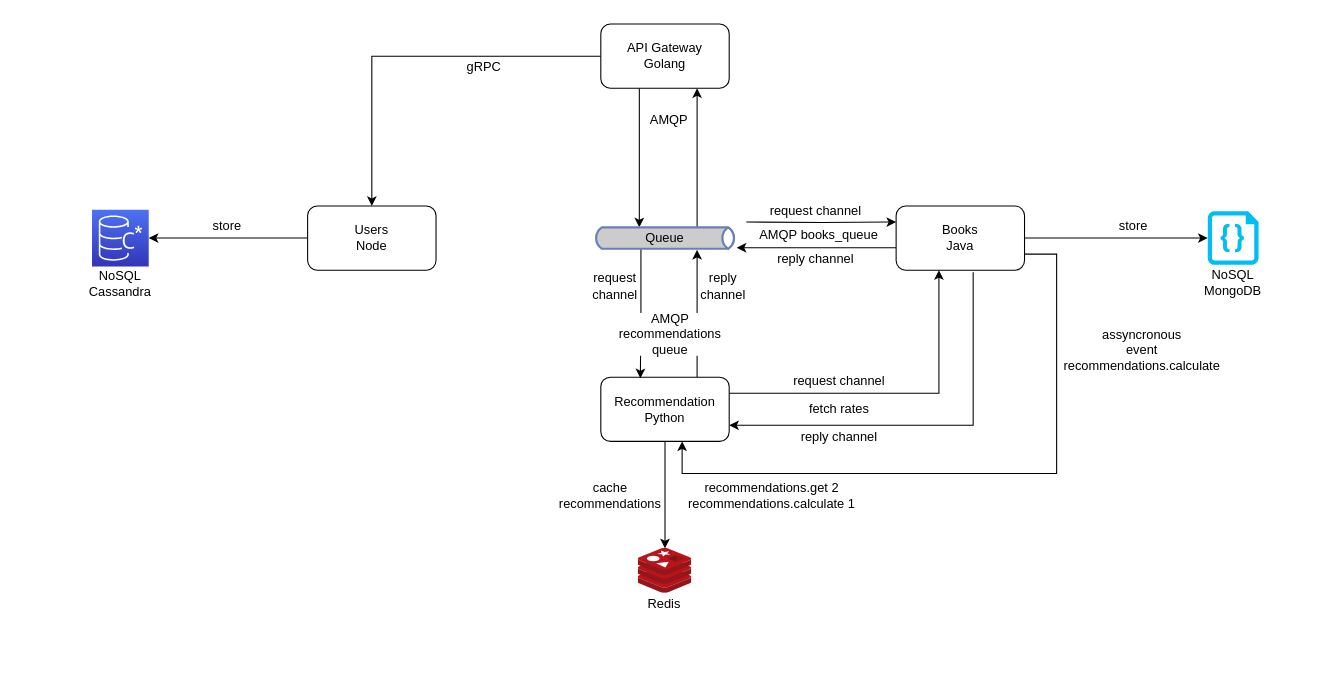
juliocesarscheidt/book-recommendations-v2 keeps this draw.io diagram as architecture/book-recommendations.drawio. Above is the earlier version. Source tidied: cells renumbered, new cells numbered last; positions are measured from the earlier drawing's top-left corner, leaving out a move shared by most shapes. Both pictures are drawn from the tidied source at 107%, with x=0, y=0 at pixel (72, 24).
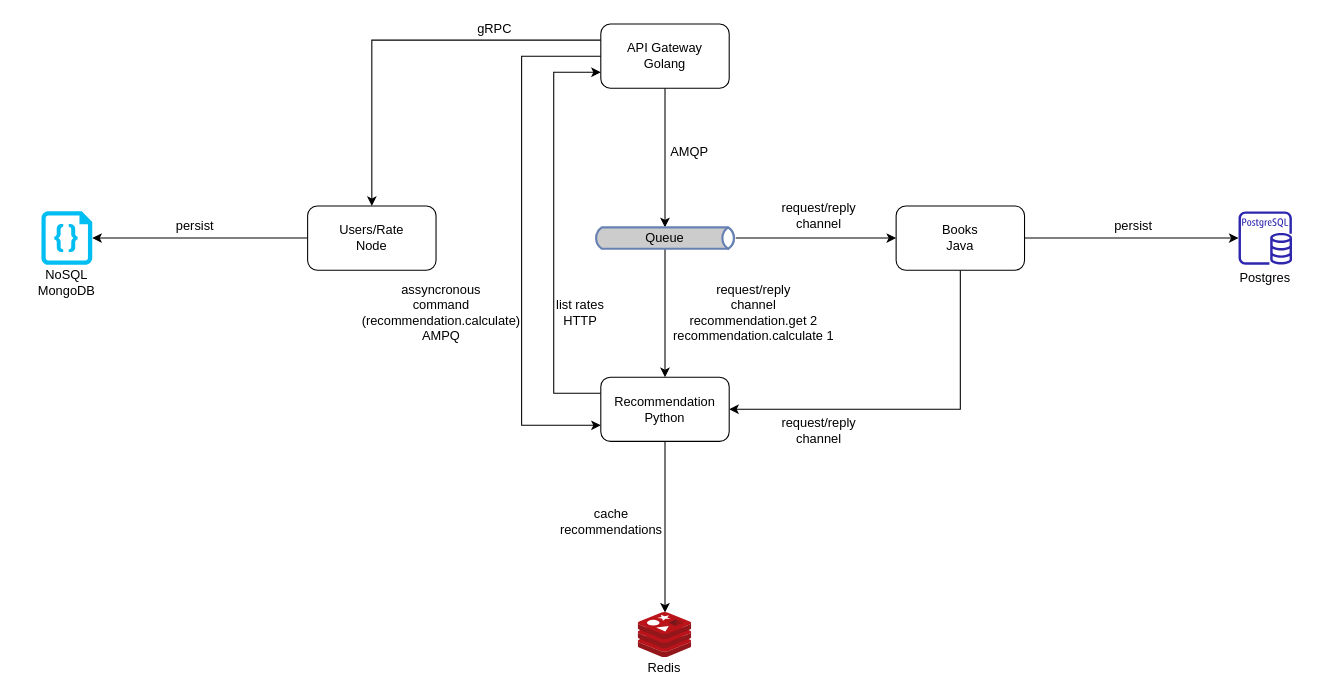
The same diagram, later.

Unchanged cells that the change refers to:
```xml
<mxCell id="4" value="API Gateway&lt;br&gt;Golang" style="rounded=1;whiteSpace=wrap;html=1;" parent="1" vertex="1">
  <mxGeometry x="494" width="120" height="60" as="geometry" />
</mxCell>
<mxCell id="10" value="Books&lt;br&gt;Java" style="rounded=1;whiteSpace=wrap;html=1;" parent="1" vertex="1">
  <mxGeometry x="770" y="170" width="120" height="60" as="geometry" />
</mxCell>
<mxCell id="14" value="Recommendation&lt;br&gt;Python" style="rounded=1;whiteSpace=wrap;html=1;" parent="1" vertex="1">
  <mxGeometry x="494" y="330" width="120" height="60" as="geometry" />
</mxCell>
<mxCell id="18" style="html=1;outlineConnect=0;fillColor=#CCCCCC;strokeColor=#6881B3;gradientColor=none;gradientDirection=north;strokeWidth=2;shape=mxgraph.networks.bus;gradientColor=none;gradientDirection=north;fontColor=#ffffff;perimeter=backbonePerimeter;backboneSize=20;" parent="1" vertex="1">
  <mxGeometry x="487" y="165" width="134" height="70" as="geometry" />
</mxCell>
<mxCell id="19" value="Queue" style="text;html=1;strokeColor=none;fillColor=none;align=center;verticalAlign=middle;whiteSpace=wrap;rounded=0;" parent="1" vertex="1">
  <mxGeometry x="509" y="190" width="90" height="20" as="geometry" />
</mxCell>
```

Change to the diagram source:
```diff
@@
-    <mxCell id="2" style="edgeStyle=orthogonalEdgeStyle;rounded=0;jettySize=auto;html=1;" parent="1" edge="1" source="4" target="18">
-      <mxGeometry relative="1" as="geometry">
-        <Array as="points">
-          <mxPoint x="530" y="140" />
-          <mxPoint x="530" y="140" />
-        </Array>
-      </mxGeometry>
-    </mxCell>
-    <mxCell id="3" style="edgeStyle=orthogonalEdgeStyle;rounded=0;jettySize=auto;html=1;entryX=0.5;entryY=0;entryDx=0;entryDy=0;" parent="1" edge="1" source="4" target="6">
+    <mxCell id="3" style="edgeStyle=orthogonalEdgeStyle;rounded=0;jettySize=auto;html=1;entryX=0.5;entryY=0;entryDx=0;entryDy=0;exitX=0;exitY=0.25;exitDx=0;exitDy=0;" parent="1" edge="1" source="4" target="6">
       <mxGeometry relative="1" as="geometry">
         <Array as="points">
-          <mxPoint x="280" y="30" />
+          <mxPoint x="280" y="15" />
         </Array>
       </mxGeometry>
     </mxCell>
+    <mxCell id="43" style="edgeStyle=orthogonalEdgeStyle;rounded=0;jettySize=auto;html=1;entryX=0.5;entryY=0;entryDx=0;entryDy=0;" parent="1" edge="1" source="4" target="19">
+      <mxGeometry relative="1" as="geometry" />
+    </mxCell>
@@
-    <mxCell id="5" style="edgeStyle=orthogonalEdgeStyle;rounded=0;jettySize=auto;html=1;entryX=1;entryY=0.5;entryDx=0;entryDy=0;entryPerimeter=0;" parent="1" edge="1" source="6" target="22">
+    <mxCell id="5" style="edgeStyle=orthogonalEdgeStyle;rounded=0;jettySize=auto;html=1;entryX=1;entryY=0.5;entryDx=0;entryDy=0;entryPerimeter=0;" parent="1" edge="1" source="6" target="30">
       <mxGeometry relative="1" as="geometry" />
     </mxCell>
+    <mxCell id="44" style="edgeStyle=orthogonalEdgeStyle;rounded=0;jettySize=auto;html=1;entryX=0;entryY=0.75;entryDx=0;entryDy=0;exitX=0;exitY=0.5;exitDx=0;exitDy=0;" parent="1" edge="1" source="4" target="14">
+      <mxGeometry relative="1" as="geometry">
+        <Array as="points">
+          <mxPoint x="420" y="30" />
+          <mxPoint x="420" y="375" />
+        </Array>
+      </mxGeometry>
+    </mxCell>
-    <mxCell id="6" value="Users&lt;br&gt;Node" style="rounded=1;whiteSpace=wrap;html=1;" parent="1" vertex="1">
+    <mxCell id="6" value="Users/Rate&lt;br&gt;Node" style="rounded=1;whiteSpace=wrap;html=1;" parent="1" vertex="1">
       <mxGeometry x="220" y="170" width="120" height="60" as="geometry" />
     </mxCell>
-    <mxCell id="7" style="edgeStyle=orthogonalEdgeStyle;rounded=0;jettySize=auto;html=1;" parent="1" edge="1" source="10" target="18">
-      <mxGeometry relative="1" as="geometry" />
-    </mxCell>
-    <mxCell id="8" style="edgeStyle=orthogonalEdgeStyle;rounded=0;jettySize=auto;html=1;entryX=0;entryY=0.5;entryDx=0;entryDy=0;entryPerimeter=0;" parent="1" edge="1" source="10" target="30">
-      <mxGeometry relative="1" as="geometry" />
-    </mxCell>
+    <mxCell id="45" style="edgeStyle=orthogonalEdgeStyle;rounded=0;jettySize=auto;html=1;" parent="1" edge="1" source="10" target="49">
+      <mxGeometry relative="1" as="geometry" />
+    </mxCell>
-    <mxCell id="9" style="edgeStyle=orthogonalEdgeStyle;rounded=0;jettySize=auto;html=1;exitX=0.6;exitY=1.033;exitDx=0;exitDy=0;exitPerimeter=0;entryX=1;entryY=0.75;entryDx=0;entryDy=0;" parent="1" edge="1" source="10" target="14">
+    <mxCell id="9" style="edgeStyle=orthogonalEdgeStyle;rounded=0;jettySize=auto;html=1;entryX=1;entryY=0.5;entryDx=0;entryDy=0;" parent="1" edge="1" source="10" target="14">
       <mxGeometry relative="1" as="geometry">
         <Array as="points">
-          <mxPoint x="842" y="375" />
+          <mxPoint x="830" y="360" />
         </Array>
       </mxGeometry>
     </mxCell>
@@
-    <mxCell id="11" style="edgeStyle=orthogonalEdgeStyle;rounded=0;jettySize=auto;html=1;exitX=0.75;exitY=0;exitDx=0;exitDy=0;entryX=0.833;entryY=1.05;entryDx=0;entryDy=0;entryPerimeter=0;" parent="1" edge="1" source="14" target="19">
-      <mxGeometry relative="1" as="geometry" />
-    </mxCell>
-    <mxCell id="12" style="edgeStyle=orthogonalEdgeStyle;rounded=0;jettySize=auto;html=1;exitX=1;exitY=0.25;exitDx=0;exitDy=0;" parent="1" edge="1" source="14">
-      <mxGeometry relative="1" as="geometry">
-        <mxPoint x="810" y="230" as="targetPoint" />
-        <Array as="points">
-          <mxPoint x="810" y="345" />
-          <mxPoint x="810" y="230" />
-        </Array>
-      </mxGeometry>
-    </mxCell>
@@
+    <mxCell id="46" style="edgeStyle=orthogonalEdgeStyle;rounded=0;jettySize=auto;html=1;exitX=0;exitY=0.25;exitDx=0;exitDy=0;entryX=0;entryY=0.75;entryDx=0;entryDy=0;" parent="1" edge="1" source="14" target="4">
+      <mxGeometry relative="1" as="geometry">
+        <Array as="points">
+          <mxPoint x="450" y="345" />
+          <mxPoint x="450" y="45" />
+        </Array>
+      </mxGeometry>
+    </mxCell>
@@
-    <mxCell id="15" style="edgeStyle=orthogonalEdgeStyle;rounded=0;jettySize=auto;html=1;entryX=0.75;entryY=1;entryDx=0;entryDy=0;" parent="1" edge="1" source="18" target="4">
-      <mxGeometry relative="1" as="geometry">
-        <Array as="points">
-          <mxPoint x="584" y="150" />
-          <mxPoint x="584" y="150" />
-        </Array>
-      </mxGeometry>
-    </mxCell>
-    <mxCell id="16" style="edgeStyle=orthogonalEdgeStyle;rounded=0;jettySize=auto;html=1;entryX=0;entryY=0.25;entryDx=0;entryDy=0;" parent="1" edge="1" target="10">
-      <mxGeometry relative="1" as="geometry">
-        <mxPoint x="630" y="185" as="sourcePoint" />
-      </mxGeometry>
-    </mxCell>
-    <mxCell id="17" style="edgeStyle=orthogonalEdgeStyle;rounded=0;jettySize=auto;html=1;entryX=0.308;entryY=0.017;entryDx=0;entryDy=0;exitX=0.25;exitY=1;exitDx=0;exitDy=0;entryPerimeter=0;" parent="1" edge="1" source="19" target="14">
-      <mxGeometry relative="1" as="geometry" />
-    </mxCell>
+    <mxCell id="47" style="edgeStyle=orthogonalEdgeStyle;rounded=0;jettySize=auto;html=1;entryX=0.5;entryY=0;entryDx=0;entryDy=0;" parent="1" edge="1" source="18" target="14">
+      <mxGeometry relative="1" as="geometry" />
+    </mxCell>
+    <mxCell id="48" style="edgeStyle=orthogonalEdgeStyle;rounded=0;jettySize=auto;html=1;exitX=0.993;exitY=0.5;exitDx=0;exitDy=0;exitPerimeter=0;" parent="1" edge="1" source="18" target="10">
+      <mxGeometry relative="1" as="geometry" />
+    </mxCell>
@@
-    <mxCell id="20" value="request channel" style="text;html=1;strokeColor=none;fillColor=none;align=center;verticalAlign=middle;whiteSpace=wrap;rounded=0;" parent="1" vertex="1">
-      <mxGeometry x="650" y="165" width="90" height="20" as="geometry" />
-    </mxCell>
-    <mxCell id="21" value="fetch rates" style="text;html=1;strokeColor=none;fillColor=none;align=center;verticalAlign=middle;whiteSpace=wrap;rounded=0;" parent="1" vertex="1">
-      <mxGeometry x="672" y="350" width="90" height="20" as="geometry" />
-    </mxCell>
-    <mxCell id="22" style="sketch=0;points=[[0,0,0],[0.25,0,0],[0.5,0,0],[0.75,0,0],[1,0,0],[0,1,0],[0.25,1,0],[0.5,1,0],[0.75,1,0],[1,1,0],[0,0.25,0],[0,0.5,0],[0,0.75,0],[1,0.25,0],[1,0.5,0],[1,0.75,0]];outlineConnect=0;fontColor=#232F3E;gradientColor=#4D72F3;gradientDirection=north;fillColor=#3334B9;strokeColor=#ffffff;dashed=0;verticalLabelPosition=bottom;verticalAlign=top;align=center;html=1;fontSize=12;fontStyle=0;shape=mxgraph.aws4.resourceIcon;resIcon=mxgraph.aws4.managed_apache_cassandra_service;" parent="1" vertex="1">
-      <mxGeometry x="18.5" y="173.5" width="53" height="53" as="geometry" />
-    </mxCell>
-    <mxCell id="23" value="NoSQL Cassandra" style="text;html=1;strokeColor=none;fillColor=none;align=center;verticalAlign=middle;whiteSpace=wrap;rounded=0;" parent="1" vertex="1">
-      <mxGeometry y="226.5" width="90" height="33.5" as="geometry" />
-    </mxCell>
-    <mxCell id="24" value="store" style="text;html=1;strokeColor=none;fillColor=none;align=center;verticalAlign=middle;whiteSpace=wrap;rounded=0;" parent="1" vertex="1">
-      <mxGeometry x="120" y="179" width="50" height="20" as="geometry" />
+    <mxCell id="24" value="persist" style="text;html=1;strokeColor=none;fillColor=none;align=center;verticalAlign=middle;whiteSpace=wrap;rounded=0;" parent="1" vertex="1">
+      <mxGeometry x="90" y="179" width="50" height="20" as="geometry" />
     </mxCell>
-    <mxCell id="25" value="AMQP&lt;br&gt;recommendations&lt;br&gt;queue" style="text;html=1;strokeColor=none;fillColor=default;align=center;verticalAlign=middle;whiteSpace=wrap;rounded=0;" parent="1" vertex="1">
-      <mxGeometry x="509" y="270" width="99.5" height="40" as="geometry" />
-    </mxCell>
     <mxCell id="26" value="AMQP" style="text;html=1;strokeColor=none;fillColor=none;align=center;verticalAlign=middle;whiteSpace=wrap;rounded=0;" parent="1" vertex="1">
-      <mxGeometry x="535" y="80" width="46" height="20" as="geometry" />
+      <mxGeometry x="554" y="110" width="46" height="20" as="geometry" />
     </mxCell>
     <mxCell id="27" style="sketch=0;html=1;points=[];align=center;image;fontSize=12;image=img/lib/mscae/Cache_Redis_Product.svg;fillColor=default;" parent="1" vertex="1">
-      <mxGeometry x="529" y="490" width="50" height="42" as="geometry" />
+      <mxGeometry x="529" y="550" width="50" height="42" as="geometry" />
     </mxCell>
     <mxCell id="28" value="cache recommendations" style="text;html=1;strokeColor=none;fillColor=none;align=center;verticalAlign=middle;whiteSpace=wrap;rounded=0;" parent="1" vertex="1">
-      <mxGeometry x="453" y="425.6" width="100" height="30" as="geometry" />
+      <mxGeometry x="454" y="450" width="100" height="30" as="geometry" />
     </mxCell>
     <mxCell id="29" value="Redis" style="text;html=1;strokeColor=none;fillColor=default;align=center;verticalAlign=middle;whiteSpace=wrap;rounded=0;" parent="1" vertex="1">
-      <mxGeometry x="523" y="532" width="61" height="20" as="geometry" />
+      <mxGeometry x="523" y="592" width="61" height="20" as="geometry" />
     </mxCell>
     <mxCell id="30" style="verticalLabelPosition=bottom;html=1;verticalAlign=top;align=center;strokeColor=none;fillColor=#00BEF2;shape=mxgraph.azure.code_file;" parent="1" vertex="1">
-      <mxGeometry x="1061.2" y="175" width="47.5" height="50" as="geometry" />
+      <mxGeometry x="-28.8" y="175" width="47.5" height="50" as="geometry" />
     </mxCell>
     <mxCell id="31" value="NoSQL MongoDB" style="text;html=1;strokeColor=none;fillColor=none;align=center;verticalAlign=middle;whiteSpace=wrap;rounded=0;" parent="1" vertex="1">
-      <mxGeometry x="1040" y="225" width="90" height="33.5" as="geometry" />
+      <mxGeometry x="-50" y="225" width="90" height="33.5" as="geometry" />
     </mxCell>
-    <mxCell id="32" value="store" style="text;html=1;strokeColor=none;fillColor=none;align=center;verticalAlign=middle;whiteSpace=wrap;rounded=0;" parent="1" vertex="1">
+    <mxCell id="32" value="persist" style="text;html=1;strokeColor=none;fillColor=none;align=center;verticalAlign=middle;whiteSpace=wrap;rounded=0;" parent="1" vertex="1">
       <mxGeometry x="967" y="179" width="50" height="20" as="geometry" />
     </mxCell>
-    <mxCell id="33" style="edgeStyle=orthogonalEdgeStyle;rounded=0;jettySize=auto;html=1;exitX=1;exitY=0.75;exitDx=0;exitDy=0;" parent="1" edge="1" source="10">
-      <mxGeometry relative="1" as="geometry">
-        <mxPoint x="570" y="390" as="targetPoint" />
-        <Array as="points">
-          <mxPoint x="920" y="215" />
-          <mxPoint x="920" y="420" />
-          <mxPoint x="570" y="420" />
-        </Array>
-      </mxGeometry>
-    </mxCell>
-    <mxCell id="34" value="AMQP&amp;nbsp;books_queue" style="text;html=1;strokeColor=none;fillColor=none;align=center;verticalAlign=middle;whiteSpace=wrap;rounded=0;" parent="1" vertex="1">
-      <mxGeometry x="634" y="187" width="128" height="20" as="geometry" />
-    </mxCell>
-    <mxCell id="35" value="reply channel" style="text;html=1;strokeColor=none;fillColor=none;align=center;verticalAlign=middle;whiteSpace=wrap;rounded=0;" parent="1" vertex="1">
-      <mxGeometry x="650" y="210" width="90" height="20" as="geometry" />
-    </mxCell>
-    <mxCell id="36" value="request channel" style="text;html=1;strokeColor=none;fillColor=none;align=center;verticalAlign=middle;whiteSpace=wrap;rounded=0;" parent="1" vertex="1">
-      <mxGeometry x="483" y="230" width="49" height="30" as="geometry" />
-    </mxCell>
-    <mxCell id="37" value="reply&lt;br&gt;channel" style="text;html=1;strokeColor=none;fillColor=none;align=center;verticalAlign=middle;whiteSpace=wrap;rounded=0;" parent="1" vertex="1">
-      <mxGeometry x="584" y="230" width="49" height="30" as="geometry" />
+    <mxCell id="37" value="request/reply&lt;br&gt;channel&lt;br&gt;recommendation.get 2&lt;br&gt;recommendation.calculate 1" style="text;html=1;strokeColor=none;fillColor=none;align=center;verticalAlign=middle;whiteSpace=wrap;rounded=0;" parent="1" vertex="1">
+      <mxGeometry x="554" y="240" width="166" height="60" as="geometry" />
     </mxCell>
-    <mxCell id="38" value="recommendations.get 2&lt;br&gt;recommendations.calculate 1" style="text;html=1;strokeColor=none;fillColor=none;align=center;verticalAlign=middle;whiteSpace=wrap;rounded=0;" parent="1" vertex="1">
-      <mxGeometry x="568" y="421.2" width="172" height="38.8" as="geometry" />
-    </mxCell>
     <mxCell id="39" value="gRPC" style="text;html=1;strokeColor=none;fillColor=none;align=center;verticalAlign=middle;whiteSpace=wrap;rounded=0;" parent="1" vertex="1">
-      <mxGeometry x="340" y="30" width="90" height="20" as="geometry" />
+      <mxGeometry x="350" y="-5" width="90" height="20" as="geometry" />
     </mxCell>
-    <mxCell id="40" value="request channel" style="text;html=1;strokeColor=none;fillColor=none;align=center;verticalAlign=middle;whiteSpace=wrap;rounded=0;" parent="1" vertex="1">
-      <mxGeometry x="672" y="324" width="90" height="20" as="geometry" />
-    </mxCell>
-    <mxCell id="41" value="reply channel" style="text;html=1;strokeColor=none;fillColor=none;align=center;verticalAlign=middle;whiteSpace=wrap;rounded=0;" parent="1" vertex="1">
-      <mxGeometry x="672" y="376" width="90" height="20" as="geometry" />
-    </mxCell>
-    <mxCell id="42" value="&lt;div&gt;assyncronous&lt;/div&gt;&lt;div&gt;event&lt;/div&gt;&lt;div&gt;recommendations.calculate&lt;/div&gt;" style="text;html=1;strokeColor=none;fillColor=none;align=center;verticalAlign=middle;whiteSpace=wrap;rounded=0;" parent="1" vertex="1">
-      <mxGeometry x="920" y="280" width="160" height="50" as="geometry" />
+    <mxCell id="42" value="&lt;div&gt;assyncronous&lt;/div&gt;&lt;div&gt;command&lt;/div&gt;&lt;div&gt;(recommendation.calculate)&lt;br&gt;AMPQ&lt;/div&gt;" style="text;html=1;strokeColor=none;fillColor=none;align=center;verticalAlign=middle;whiteSpace=wrap;rounded=0;" parent="1" vertex="1">
+      <mxGeometry x="270" y="242.8" width="150" height="54.5" as="geometry" />
     </mxCell>
+    <mxCell id="49" style="sketch=0;outlineConnect=0;fontColor=#232F3E;gradientColor=none;fillColor=#2E27AD;strokeColor=none;dashed=0;verticalLabelPosition=bottom;verticalAlign=top;align=center;html=1;fontSize=12;fontStyle=0;shape=mxgraph.aws4.rds_postgresql_instance;" parent="1" vertex="1">
+      <mxGeometry x="1090" y="175" width="50" height="50" as="geometry" />
+    </mxCell>
+    <mxCell id="50" value="Postgres" style="text;html=1;strokeColor=none;fillColor=none;align=center;verticalAlign=middle;whiteSpace=wrap;rounded=0;" parent="1" vertex="1">
+      <mxGeometry x="1070" y="226.5" width="90" height="23.5" as="geometry" />
+    </mxCell>
+    <mxCell id="51" value="request/reply&lt;br&gt;channel" style="text;html=1;strokeColor=none;fillColor=none;align=center;verticalAlign=middle;whiteSpace=wrap;rounded=0;" parent="1" vertex="1">
+      <mxGeometry x="660" y="159" width="76" height="40" as="geometry" />
+    </mxCell>
+    <mxCell id="52" value="request/reply&lt;br&gt;channel" style="text;html=1;strokeColor=none;fillColor=none;align=center;verticalAlign=middle;whiteSpace=wrap;rounded=0;" parent="1" vertex="1">
+      <mxGeometry x="660" y="360" width="76" height="40" as="geometry" />
+    </mxCell>
+    <mxCell id="53" value="&lt;div&gt;list rates&lt;br&gt;HTTP&lt;/div&gt;" style="text;html=1;strokeColor=none;fillColor=none;align=center;verticalAlign=middle;whiteSpace=wrap;rounded=0;" parent="1" vertex="1">
+      <mxGeometry x="450" y="242.8" width="50" height="54.5" as="geometry" />
+    </mxCell>
```
